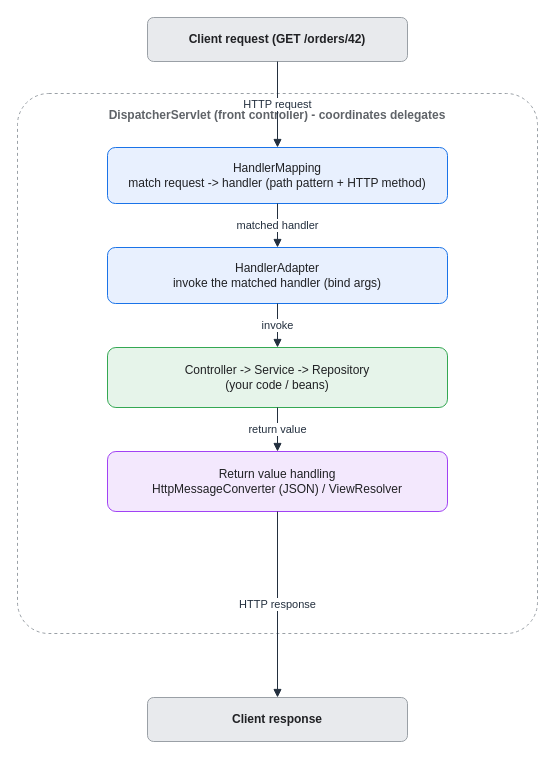
KKamJi98/kkamji98.github.io keeps this draw.io diagram as assets/img/spring/spring-05-dispatcherservlet-sequence.drawio. Above is the earlier version. Source tidied: cells renumbered, new cells numbered last; positions are measured from the earlier drawing's top-left corner, leaving out a move shared by most shapes. Both pictures are drawn from the tidied source at 100%, with x=0, y=0 at pixel (17, 17).
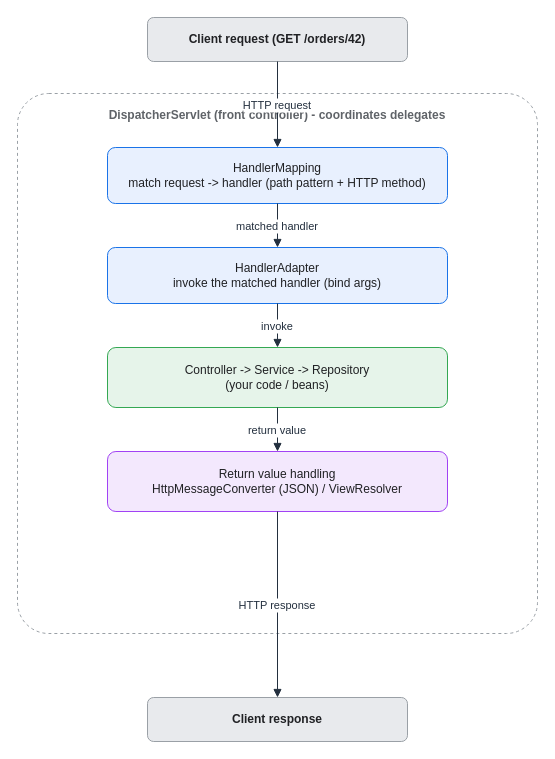
After the change.

Change to the diagram source:
```diff
@@
 <mxGraphModel background="#FFFFFF">
   <root>
     <mxCell id="0" />
     <mxCell id="1" parent="0" />
     <mxCell id="2" value="DispatcherServlet (front controller) - coordinates delegates" style="rounded=1;whiteSpace=wrap;html=1;arcSize=6;shadow=0;fillColor=#FFFFFF;strokeColor=#9AA0A6;fontColor=#5F6368;fontStyle=1;verticalAlign=top;align=center;dashed=1;spacingTop=8;" parent="1" vertex="1">
       <mxGeometry y="76" width="520" height="540" as="geometry" />
     </mxCell>
     <mxCell id="3" value="Client request (GET /orders/42)" style="rounded=1;whiteSpace=wrap;html=1;arcSize=14;shadow=0;fillColor=#E8EAED;strokeColor=#9AA0A6;fontColor=#202124;fontStyle=1;" parent="1" vertex="1">
       <mxGeometry x="130" width="260" height="44" as="geometry" />
     </mxCell>
     <mxCell id="4" value="HandlerMapping&#10;match request -&gt; handler (path pattern + HTTP method)" style="rounded=1;whiteSpace=wrap;html=1;arcSize=14;shadow=0;fillColor=#E8F0FE;strokeColor=#1A73E8;fontColor=#202124;" parent="1" vertex="1">
       <mxGeometry x="90" y="130" width="340" height="56" as="geometry" />
     </mxCell>
     <mxCell id="5" value="HandlerAdapter&#10;invoke the matched handler (bind args)" style="rounded=1;whiteSpace=wrap;html=1;arcSize=14;shadow=0;fillColor=#E8F0FE;strokeColor=#1A73E8;fontColor=#202124;" parent="1" vertex="1">
       <mxGeometry x="90" y="230" width="340" height="56" as="geometry" />
     </mxCell>
     <mxCell id="6" value="Controller -&gt; Service -&gt; Repository&#10;(your code / beans)" style="rounded=1;whiteSpace=wrap;html=1;arcSize=14;shadow=0;fillColor=#E6F4EA;strokeColor=#34A853;fontColor=#202124;" parent="1" vertex="1">
       <mxGeometry x="90" y="330" width="340" height="60" as="geometry" />
     </mxCell>
     <mxCell id="7" value="Return value handling&#10;HttpMessageConverter (JSON) / ViewResolver" style="rounded=1;whiteSpace=wrap;html=1;arcSize=14;shadow=0;fillColor=#F3E8FD;strokeColor=#A142F4;fontColor=#202124;" parent="1" vertex="1">
       <mxGeometry x="90" y="434" width="340" height="60" as="geometry" />
     </mxCell>
     <mxCell id="8" value="Client response" style="rounded=1;whiteSpace=wrap;html=1;arcSize=14;shadow=0;fillColor=#E8EAED;strokeColor=#9AA0A6;fontColor=#202124;fontStyle=1;" parent="1" vertex="1">
       <mxGeometry x="130" y="680" width="260" height="44" as="geometry" />
     </mxCell>
-    <mxCell id="9" value="HTTP request" style="edgeStyle=orthogonalEdgeStyle;rounded=1;html=1;fontColor=#232F3E;strokeColor=#232F3E;labelBackgroundColor=#FFFFFF;endArrow=block;exitX=0.5;exitY=1;exitDx=0;exitDy=0;entryX=0.5;entryY=0;entryDx=0;entryDy=0;" parent="1" edge="1" source="3" target="4">
+    <mxCell id="9" value="HTTP request" style="edgeStyle=orthogonalEdgeStyle;rounded=1;html=0;fontColor=#232F3E;strokeColor=#232F3E;labelBackgroundColor=#FFFFFF;endArrow=block;exitX=0.5;exitY=1;exitDx=0;exitDy=0;entryX=0.5;entryY=0;entryDx=0;entryDy=0;" parent="1" edge="1" source="3" target="4">
       <mxGeometry relative="1" as="geometry" />
     </mxCell>
-    <mxCell id="10" value="matched handler" style="edgeStyle=orthogonalEdgeStyle;rounded=1;html=1;fontColor=#232F3E;strokeColor=#232F3E;labelBackgroundColor=#FFFFFF;endArrow=block;exitX=0.5;exitY=1;exitDx=0;exitDy=0;entryX=0.5;entryY=0;entryDx=0;entryDy=0;" parent="1" edge="1" source="4" target="5">
+    <mxCell id="10" value="matched handler" style="edgeStyle=orthogonalEdgeStyle;rounded=1;html=0;fontColor=#232F3E;strokeColor=#232F3E;labelBackgroundColor=#FFFFFF;endArrow=block;exitX=0.5;exitY=1;exitDx=0;exitDy=0;entryX=0.5;entryY=0;entryDx=0;entryDy=0;" parent="1" edge="1" source="4" target="5">
       <mxGeometry relative="1" as="geometry" />
     </mxCell>
-    <mxCell id="11" value="invoke" style="edgeStyle=orthogonalEdgeStyle;rounded=1;html=1;fontColor=#232F3E;strokeColor=#232F3E;labelBackgroundColor=#FFFFFF;endArrow=block;exitX=0.5;exitY=1;exitDx=0;exitDy=0;entryX=0.5;entryY=0;entryDx=0;entryDy=0;" parent="1" edge="1" source="5" target="6">
+    <mxCell id="11" value="invoke" style="edgeStyle=orthogonalEdgeStyle;rounded=1;html=0;fontColor=#232F3E;strokeColor=#232F3E;labelBackgroundColor=#FFFFFF;endArrow=block;exitX=0.5;exitY=1;exitDx=0;exitDy=0;entryX=0.5;entryY=0;entryDx=0;entryDy=0;" parent="1" edge="1" source="5" target="6">
       <mxGeometry relative="1" as="geometry" />
     </mxCell>
-    <mxCell id="12" value="return value" style="edgeStyle=orthogonalEdgeStyle;rounded=1;html=1;fontColor=#232F3E;strokeColor=#232F3E;labelBackgroundColor=#FFFFFF;endArrow=block;exitX=0.5;exitY=1;exitDx=0;exitDy=0;entryX=0.5;entryY=0;entryDx=0;entryDy=0;" parent="1" edge="1" source="6" target="7">
+    <mxCell id="12" value="return value" style="edgeStyle=orthogonalEdgeStyle;rounded=1;html=0;fontColor=#232F3E;strokeColor=#232F3E;labelBackgroundColor=#FFFFFF;endArrow=block;exitX=0.5;exitY=1;exitDx=0;exitDy=0;entryX=0.5;entryY=0;entryDx=0;entryDy=0;" parent="1" edge="1" source="6" target="7">
       <mxGeometry relative="1" as="geometry" />
     </mxCell>
-    <mxCell id="13" value="HTTP response" style="edgeStyle=orthogonalEdgeStyle;rounded=1;html=1;fontColor=#232F3E;strokeColor=#232F3E;labelBackgroundColor=#FFFFFF;endArrow=block;exitX=0.5;exitY=1;exitDx=0;exitDy=0;entryX=0.5;entryY=0;entryDx=0;entryDy=0;" parent="1" edge="1" source="7" target="8">
+    <mxCell id="13" value="HTTP response" style="edgeStyle=orthogonalEdgeStyle;rounded=1;html=0;fontColor=#232F3E;strokeColor=#232F3E;labelBackgroundColor=#FFFFFF;endArrow=block;exitX=0.5;exitY=1;exitDx=0;exitDy=0;entryX=0.5;entryY=0;entryDx=0;entryDy=0;" parent="1" edge="1" source="7" target="8">
       <mxGeometry relative="1" as="geometry" />
     </mxCell>
   </root>
 </mxGraphModel>
```
